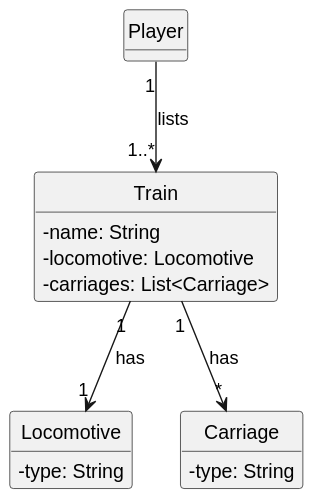
The PlantUML diagram docs/sprint1/us011/02.analysis/svg/us011-domain-model.svg in ivasduarte/all-aboard, before a commit. Source of this version:
```plantuml
@startuml
skinparam monochrome true
skinparam packageStyle rectangle
skinparam shadowing false

skinparam classAttributeIconSize 0

hide circle
hide methods

class Player {
}

class Train {
  - name: String
  - locomotive: Locomotive
  - carriages: List<Carriage>
}

class Locomotive {
  - type: String
}

class Carriage {
  - type: String
}

Player "1" --> "1..*" Train : lists
Train "1" --> "1" Locomotive : has
Train "1" --> "*" Carriage : has
@enduml
```
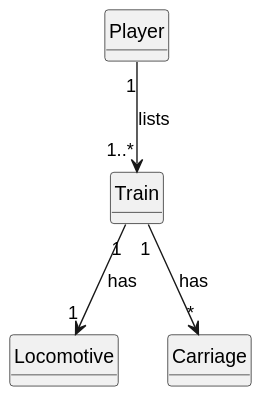
The same file after the commit.

What changed in the source:
```diff
@@ -12,17 +12,15 @@
 }
 
 class Train {
-  - name: String
-  - locomotive: Locomotive
-  - carriages: List<Carriage>
+
 }
 
 class Locomotive {
-  - type: String
+
 }
 
 class Carriage {
-  - type: String
+
 }
 
 Player "1" --> "1..*" Train : lists
```
